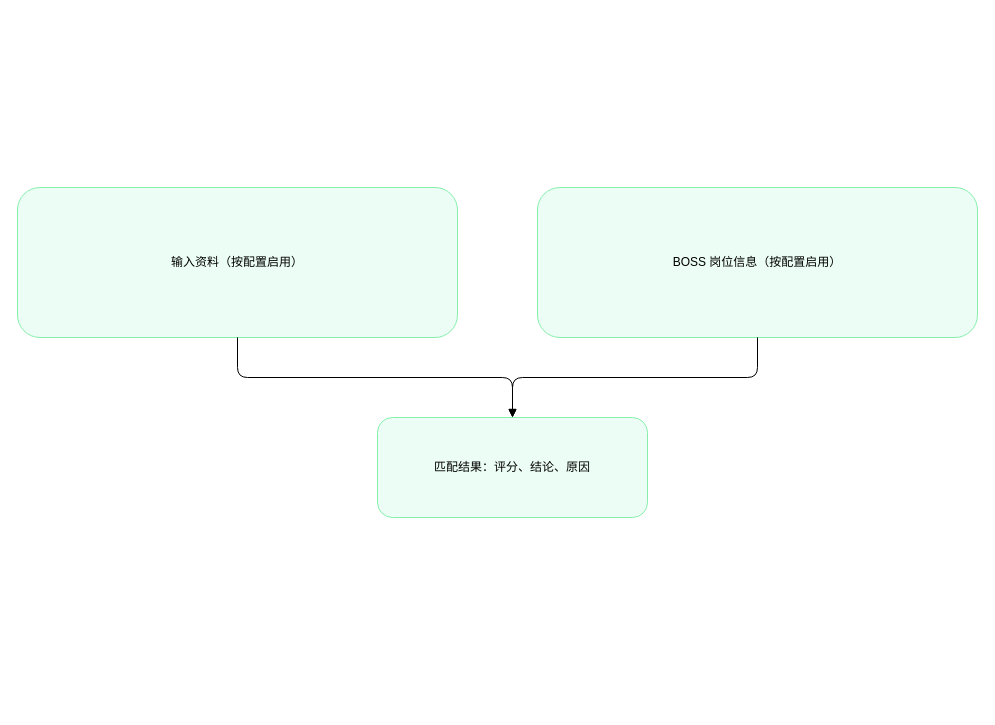
Before: docs/model-input-flow.drawio in lovits/geekgeekrun, a draw.io diagram. Source tidied: cells renumbered, new cells numbered last; positions are measured from the earlier drawing's top-left corner, leaving out a move shared by most shapes. Both pictures are drawn from the tidied source at 100%, with x=0, y=0 at pixel (17, 187).
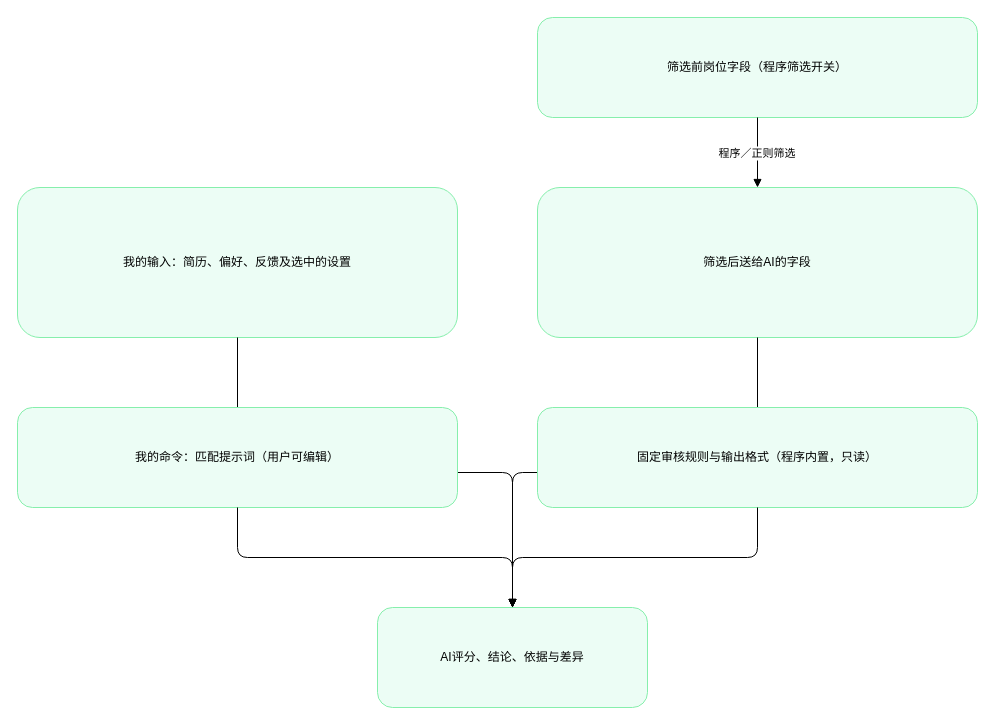
After the change.

Commit message (it also covers changes not shown here):
Show screening stages, separate instructions, and link all flow inputs

What changed in the source:
```diff
@@
 <mxGraphModel>
   <root>
     <mxCell id="0" />
     <mxCell id="1" parent="0" />
-    <mxCell id="2" value="输入资料（按配置启用）" style="rounded=1;whiteSpace=wrap;html=0;fillColor=#ecfdf5;strokeColor=#86efac;" parent="1" vertex="1">
+    <mxCell id="2" value="我的输入：简历、偏好、反馈及选中的设置" style="rounded=1;whiteSpace=wrap;html=0;fillColor=#ecfdf5;strokeColor=#86efac;" parent="1" vertex="1">
       <mxGeometry width="440" height="150" as="geometry" />
     </mxCell>
-    <mxCell id="3" value="BOSS 岗位信息（按配置启用）" style="rounded=1;whiteSpace=wrap;html=0;fillColor=#ecfdf5;strokeColor=#86efac;" parent="1" vertex="1">
+    <mxCell id="3" value="筛选后送给AI的字段" style="rounded=1;whiteSpace=wrap;html=0;fillColor=#ecfdf5;strokeColor=#86efac;" parent="1" vertex="1">
       <mxGeometry x="520" width="440" height="150" as="geometry" />
     </mxCell>
-    <mxCell id="4" value="匹配结果：评分、结论、原因" style="rounded=1;whiteSpace=wrap;html=0;fillColor=#ecfdf5;strokeColor=#86efac;" parent="1" vertex="1">
-      <mxGeometry x="360" y="230" width="270" height="100" as="geometry" />
+    <mxCell id="4" value="AI评分、结论、依据与差异" style="rounded=1;whiteSpace=wrap;html=0;fillColor=#ecfdf5;strokeColor=#86efac;" parent="1" vertex="1">
+      <mxGeometry x="360" y="420" width="270" height="100" as="geometry" />
     </mxCell>
     <mxCell id="5" style="edgeStyle=orthogonalEdgeStyle;endArrow=block;" parent="1" edge="1" source="2" target="4">
       <mxGeometry relative="1" as="geometry" />
     </mxCell>
     <mxCell id="6" style="edgeStyle=orthogonalEdgeStyle;endArrow=block;" parent="1" edge="1" source="3" target="4">
       <mxGeometry relative="1" as="geometry" />
     </mxCell>
+    <mxCell id="7" value="筛选前岗位字段（程序筛选开关）" style="rounded=1;whiteSpace=wrap;html=0;fillColor=#ecfdf5;strokeColor=#86efac;" parent="1" vertex="1">
+      <mxGeometry x="520" y="-170" width="440" height="100" as="geometry" />
+    </mxCell>
+    <mxCell id="8" value="我的命令：匹配提示词（用户可编辑）" style="rounded=1;whiteSpace=wrap;html=0;fillColor=#ecfdf5;strokeColor=#86efac;" parent="1" vertex="1">
+      <mxGeometry y="220" width="440" height="100" as="geometry" />
+    </mxCell>
+    <mxCell id="9" value="固定审核规则与输出格式（程序内置，只读）" style="rounded=1;whiteSpace=wrap;html=0;fillColor=#ecfdf5;strokeColor=#86efac;" parent="1" vertex="1">
+      <mxGeometry x="520" y="220" width="440" height="100" as="geometry" />
+    </mxCell>
+    <mxCell id="10" value="程序／正则筛选" style="edgeStyle=orthogonalEdgeStyle;endArrow=block;" parent="1" edge="1" source="7" target="3">
+      <mxGeometry relative="1" as="geometry" />
+    </mxCell>
+    <mxCell id="11" style="edgeStyle=orthogonalEdgeStyle;endArrow=block;" parent="1" edge="1" source="8" target="4">
+      <mxGeometry relative="1" as="geometry" />
+    </mxCell>
+    <mxCell id="12" style="edgeStyle=orthogonalEdgeStyle;endArrow=block;" parent="1" edge="1" source="9" target="4">
+      <mxGeometry relative="1" as="geometry" />
+    </mxCell>
   </root>
 </mxGraphModel>
```
